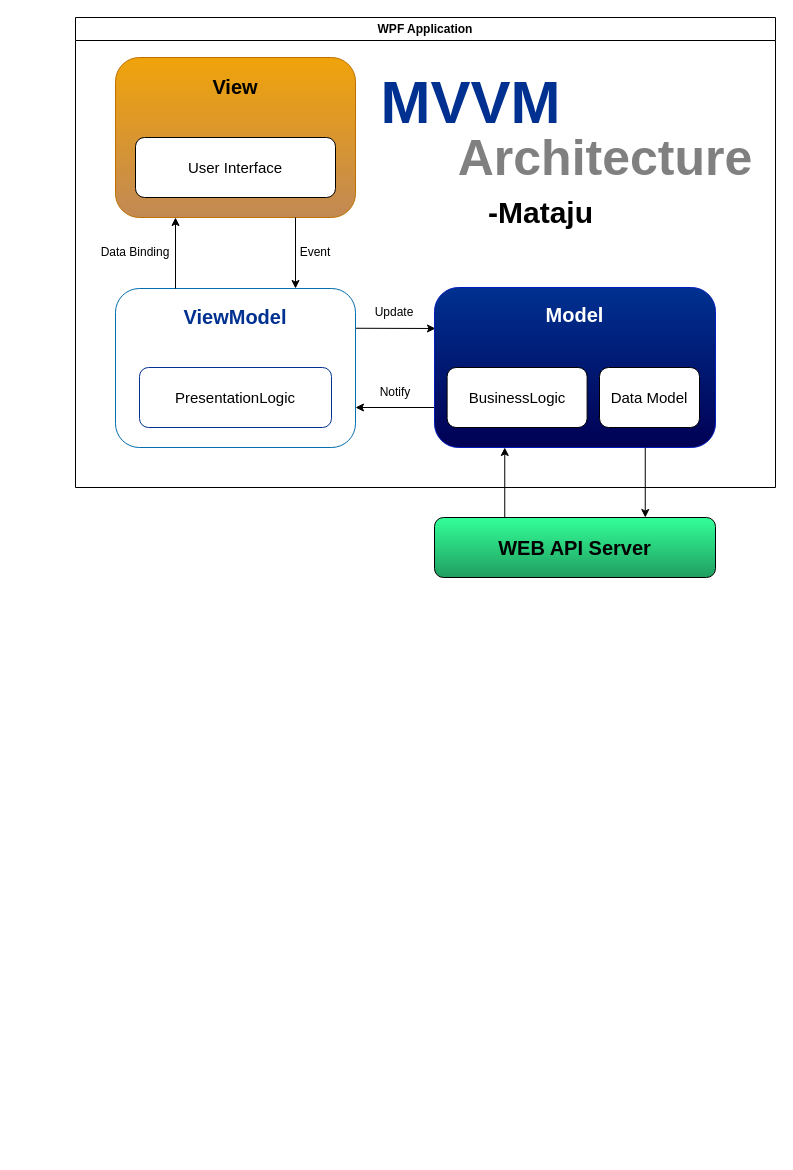
Earlier version of the draw.io diagram 조현빈.drawio (JoHB94/Mataju_a). Source tidied: cells renumbered, new cells numbered last; positions are measured from the earlier drawing's top-left corner, leaving out a move shared by most shapes. Both pictures are drawn from the tidied source at 100%, with x=0, y=0 at pixel (75, 17). Pictures stored in the file or linked from it are replaced by grey dashed boxes.
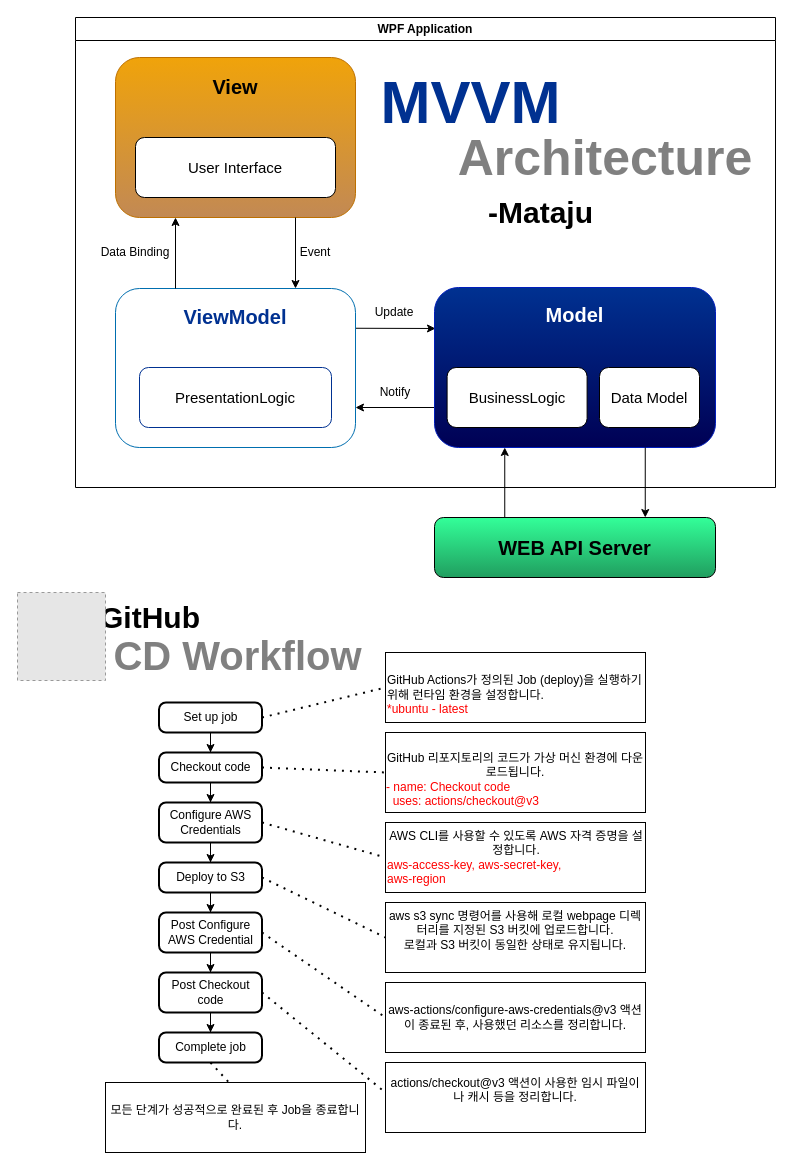
Above is the later version.

Commit message:
조현빈.drawio 업데이트

Diff of the diagram source:
```diff
@@
+    <mxCell id="30" style="edgeStyle=orthogonalEdgeStyle;rounded=0;jettySize=auto;html=1;" parent="1" edge="1" source="31" target="33">
+      <mxGeometry relative="1" as="geometry" />
+    </mxCell>
+    <mxCell id="31" value="Set up job" style="rounded=1;whiteSpace=wrap;html=1;absoluteArcSize=1;arcSize=14;strokeWidth=2;" parent="1" vertex="1">
+      <mxGeometry x="83.5" y="685" width="103" height="30" as="geometry" />
+    </mxCell>
+    <mxCell id="32" style="edgeStyle=orthogonalEdgeStyle;rounded=0;jettySize=auto;html=1;" parent="1" edge="1" source="33" target="35">
+      <mxGeometry relative="1" as="geometry" />
+    </mxCell>
+    <mxCell id="33" value="Checkout code" style="rounded=1;whiteSpace=wrap;html=1;absoluteArcSize=1;arcSize=14;strokeWidth=2;" parent="1" vertex="1">
+      <mxGeometry x="83.5" y="735" width="103" height="30" as="geometry" />
+    </mxCell>
+    <mxCell id="34" style="edgeStyle=orthogonalEdgeStyle;rounded=0;jettySize=auto;html=1;" parent="1" edge="1" source="35" target="37">
+      <mxGeometry relative="1" as="geometry" />
+    </mxCell>
+    <mxCell id="35" value="Configure AWS&lt;br&gt;Credentials" style="rounded=1;whiteSpace=wrap;html=1;absoluteArcSize=1;arcSize=14;strokeWidth=2;" parent="1" vertex="1">
+      <mxGeometry x="83.5" y="785" width="103" height="40" as="geometry" />
+    </mxCell>
+    <mxCell id="36" style="edgeStyle=orthogonalEdgeStyle;rounded=0;jettySize=auto;html=1;" parent="1" edge="1" source="37" target="39">
+      <mxGeometry relative="1" as="geometry" />
+    </mxCell>
+    <mxCell id="37" value="Deploy to S3" style="rounded=1;whiteSpace=wrap;html=1;absoluteArcSize=1;arcSize=14;strokeWidth=2;" parent="1" vertex="1">
+      <mxGeometry x="83.5" y="845" width="103" height="30" as="geometry" />
+    </mxCell>
+    <mxCell id="38" style="edgeStyle=orthogonalEdgeStyle;rounded=0;jettySize=auto;html=1;" parent="1" edge="1" source="39" target="41">
+      <mxGeometry relative="1" as="geometry" />
+    </mxCell>
+    <mxCell id="39" value="Post Configure AWS Credential" style="rounded=1;whiteSpace=wrap;html=1;absoluteArcSize=1;arcSize=14;strokeWidth=2;" parent="1" vertex="1">
+      <mxGeometry x="83.5" y="895" width="103" height="40" as="geometry" />
+    </mxCell>
+    <mxCell id="40" style="edgeStyle=orthogonalEdgeStyle;rounded=0;jettySize=auto;html=1;" parent="1" edge="1" source="41" target="42">
+      <mxGeometry relative="1" as="geometry" />
+    </mxCell>
+    <mxCell id="41" value="Post Checkout code" style="rounded=1;whiteSpace=wrap;html=1;absoluteArcSize=1;arcSize=14;strokeWidth=2;" parent="1" vertex="1">
+      <mxGeometry x="83.5" y="955" width="103" height="40" as="geometry" />
+    </mxCell>
+    <mxCell id="42" value="Complete job" style="rounded=1;whiteSpace=wrap;html=1;absoluteArcSize=1;arcSize=14;strokeWidth=2;" parent="1" vertex="1">
+      <mxGeometry x="83.5" y="1015" width="103" height="30" as="geometry" />
+    </mxCell>
+    <mxCell id="43" style="endArrow=none;dashed=1;html=1;dashPattern=1 3;strokeWidth=2;rounded=0;exitX=1;exitY=0.5;exitDx=0;exitDy=0;entryX=0;entryY=0.5;entryDx=0;entryDy=0;" parent="1" edge="1" source="31" target="44">
+      <mxGeometry relative="1" as="geometry" />
+    </mxCell>
+    <mxCell id="44" value="&lt;div&gt;&lt;br&gt;&lt;/div&gt;&lt;div&gt;GitHub Actions가 정의된 Job (deploy)을 실행하기 위해 런타임 환경을 설정합니다.&lt;/div&gt;&lt;div&gt;&lt;font color=&quot;#ff0000&quot;&gt;*ubuntu - latest&lt;/font&gt;&lt;/div&gt;" style="rounded=0;whiteSpace=wrap;html=1;align=left;" parent="1" vertex="1">
+      <mxGeometry x="310" y="635" width="260" height="70" as="geometry" />
+    </mxCell>
+    <mxCell id="45" value="&lt;div&gt;&lt;br&gt;&lt;/div&gt;&lt;div&gt;GitHub 리포지토리의 코드가 가상 머신 환경에 다운로드됩니다.&lt;/div&gt;&lt;div&gt;&lt;div style=&quot;text-align: left;&quot;&gt;&lt;font color=&quot;#ff0000&quot;&gt;- name: Checkout code&lt;/font&gt;&lt;/div&gt;&lt;div style=&quot;text-align: left;&quot;&gt;&lt;font color=&quot;#ff0000&quot;&gt;&amp;nbsp; uses: actions/checkout@v3&lt;/font&gt;&lt;/div&gt;&lt;/div&gt;" style="rounded=0;whiteSpace=wrap;html=1;" parent="1" vertex="1">
+      <mxGeometry x="310" y="715" width="260" height="80" as="geometry" />
+    </mxCell>
+    <mxCell id="46" value="&lt;div style=&quot;text-align: center;&quot;&gt;&lt;span style=&quot;background-color: initial;&quot;&gt;AWS CLI를 사용할 수 있도록 AWS 자격 증명을 설정합니다.&lt;/span&gt;&lt;/div&gt;&lt;div&gt;&lt;font color=&quot;#ff0000&quot;&gt;aws-access-key,&amp;nbsp;&lt;span style=&quot;background-color: initial;&quot;&gt;aws-secret-key,&lt;br&gt;aws-region&lt;/span&gt;&lt;/font&gt;&lt;/div&gt;" style="rounded=0;whiteSpace=wrap;html=1;align=left;" parent="1" vertex="1">
+      <mxGeometry x="310" y="805" width="260" height="70" as="geometry" />
+    </mxCell>
+    <mxCell id="47" value="aws s3 sync 명령어를 사용해 로컬 webpage 디렉터리를 지정된 S3 버킷에 업로드합니다.&lt;br&gt;로컬과 S3 버킷이 동일한 상태로 유지됩니다.&lt;br&gt;&lt;div&gt;&lt;br&gt;&lt;/div&gt;" style="rounded=0;whiteSpace=wrap;html=1;" parent="1" vertex="1">
+      <mxGeometry x="310" y="885" width="260" height="70" as="geometry" />
+    </mxCell>
+    <mxCell id="48" value="모든 단계가 성공적으로 완료된 후 Job을 종료합니다." style="rounded=0;whiteSpace=wrap;html=1;" parent="1" vertex="1">
+      <mxGeometry x="30" y="1065" width="260" height="70" as="geometry" />
+    </mxCell>
+    <mxCell id="49" value="&lt;div&gt;actions/checkout@v3 액션이 사용한 임시 파일이나 캐시 등을 정리합니다.&lt;/div&gt;&lt;div&gt;&lt;br&gt;&lt;/div&gt;" style="rounded=0;whiteSpace=wrap;html=1;" parent="1" vertex="1">
+      <mxGeometry x="310" y="1045" width="260" height="70" as="geometry" />
+    </mxCell>
+    <mxCell id="50" value="aws-actions/configure-aws-credentials@v3 액션이 종료된 후, 사용했던 리소스를 정리합니다." style="rounded=0;whiteSpace=wrap;html=1;" parent="1" vertex="1">
+      <mxGeometry x="310" y="965" width="260" height="70" as="geometry" />
+    </mxCell>
+    <mxCell id="51" style="endArrow=none;dashed=1;html=1;dashPattern=1 3;strokeWidth=2;rounded=0;exitX=1;exitY=0.5;exitDx=0;exitDy=0;entryX=0;entryY=0.5;entryDx=0;entryDy=0;" parent="1" edge="1" source="33" target="45">
+      <mxGeometry relative="1" as="geometry" />
+    </mxCell>
+    <mxCell id="52" style="endArrow=none;dashed=1;html=1;dashPattern=1 3;strokeWidth=2;rounded=0;exitX=1;exitY=0.5;exitDx=0;exitDy=0;entryX=0;entryY=0.5;entryDx=0;entryDy=0;" parent="1" edge="1" source="35" target="46">
+      <mxGeometry relative="1" as="geometry" />
+    </mxCell>
+    <mxCell id="53" style="endArrow=none;dashed=1;html=1;dashPattern=1 3;strokeWidth=2;rounded=0;exitX=1;exitY=0.5;exitDx=0;exitDy=0;entryX=0;entryY=0.5;entryDx=0;entryDy=0;" parent="1" edge="1" source="37" target="47">
+      <mxGeometry relative="1" as="geometry" />
+    </mxCell>
+    <mxCell id="54" style="endArrow=none;dashed=1;html=1;dashPattern=1 3;strokeWidth=2;rounded=0;exitX=1;exitY=0.5;exitDx=0;exitDy=0;entryX=0;entryY=0.5;entryDx=0;entryDy=0;" parent="1" edge="1" source="39" target="50">
+      <mxGeometry relative="1" as="geometry" />
+    </mxCell>
+    <mxCell id="55" style="endArrow=none;dashed=1;html=1;dashPattern=1 3;strokeWidth=2;rounded=0;exitX=1;exitY=0.5;exitDx=0;exitDy=0;entryX=0;entryY=0.429;entryDx=0;entryDy=0;entryPerimeter=0;" parent="1" edge="1" source="41" target="49">
+      <mxGeometry relative="1" as="geometry" />
+    </mxCell>
+    <mxCell id="56" style="endArrow=none;dashed=1;html=1;dashPattern=1 3;strokeWidth=2;rounded=0;exitX=0.5;exitY=1;exitDx=0;exitDy=0;entryX=0.478;entryY=0.012;entryDx=0;entryDy=0;entryPerimeter=0;" parent="1" edge="1" source="42" target="48">
+      <mxGeometry relative="1" as="geometry" />
+    </mxCell>
+    <mxCell id="57" value="&lt;font style=&quot;font-size: 40px;&quot;&gt;CD Workflow&lt;/font&gt;" style="text;strokeColor=none;align=center;fillColor=none;html=1;verticalAlign=middle;whiteSpace=wrap;rounded=0;fontStyle=1;fontColor=#808080;" parent="1" vertex="1">
+      <mxGeometry x="30" y="613" width="265" height="50" as="geometry" />
+    </mxCell>
+    <mxCell id="58" value="&lt;font style=&quot;font-size: 30px;&quot;&gt;GitHub&lt;/font&gt;" style="text;strokeColor=none;align=center;fillColor=none;html=1;verticalAlign=middle;whiteSpace=wrap;rounded=0;fontStyle=1;" parent="1" vertex="1">
+      <mxGeometry x="10" y="575" width="130" height="50" as="geometry" />
+    </mxCell>
+    <mxCell id="59" style="fillColor=#E6E6E6;strokeColor=#999999;dashed=1;html=1;verticalAlign=top;verticalLabelPosition=bottom;labelBackgroundColor=#ffffff;" parent="1" vertex="1">
+      <mxGeometry x="-58" y="575" width="88" height="88" as="geometry" />
+    </mxCell>
```
